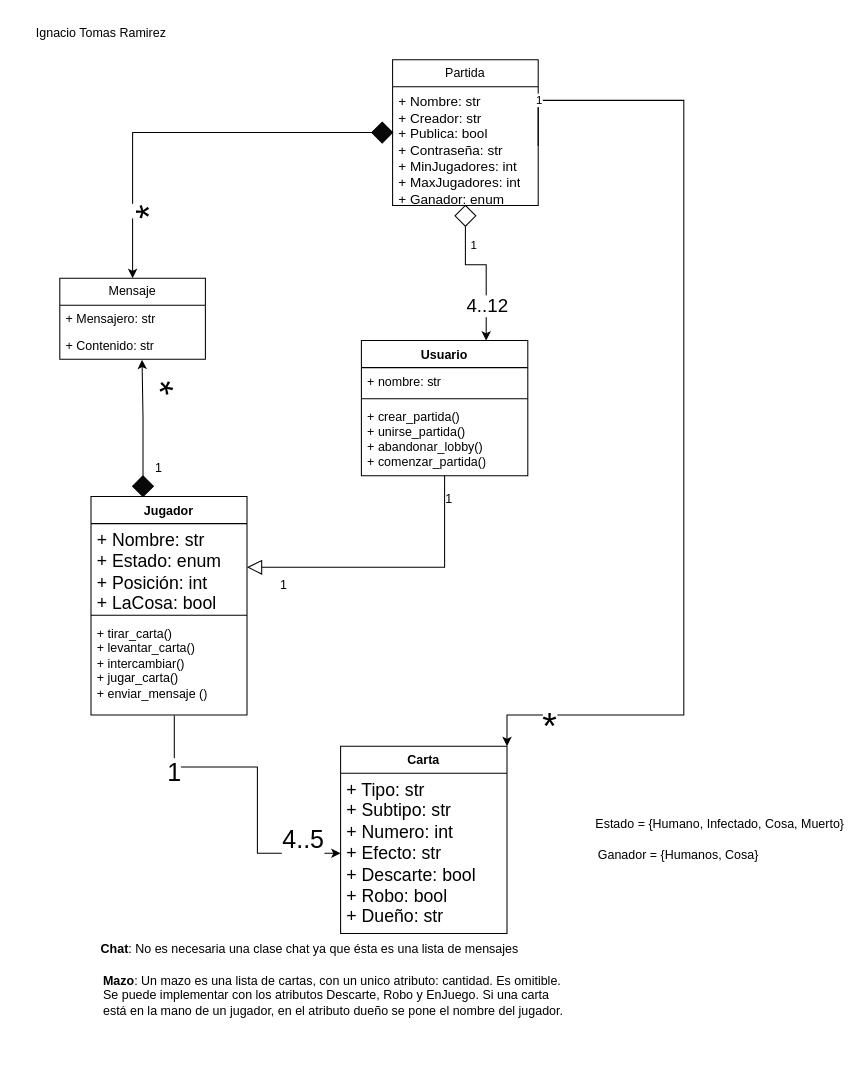
This is take-home/diagrama_clases.drawio from irmrz/ingenieria-software-1, a draw.io file, before an edit. Source tidied: cells renumbered, new cells numbered last; positions are measured from the earlier drawing's top-left corner, leaving out a move shared by most shapes. Both pictures are drawn from the tidied source at 104%, with x=0, y=0 at pixel (18, 18).
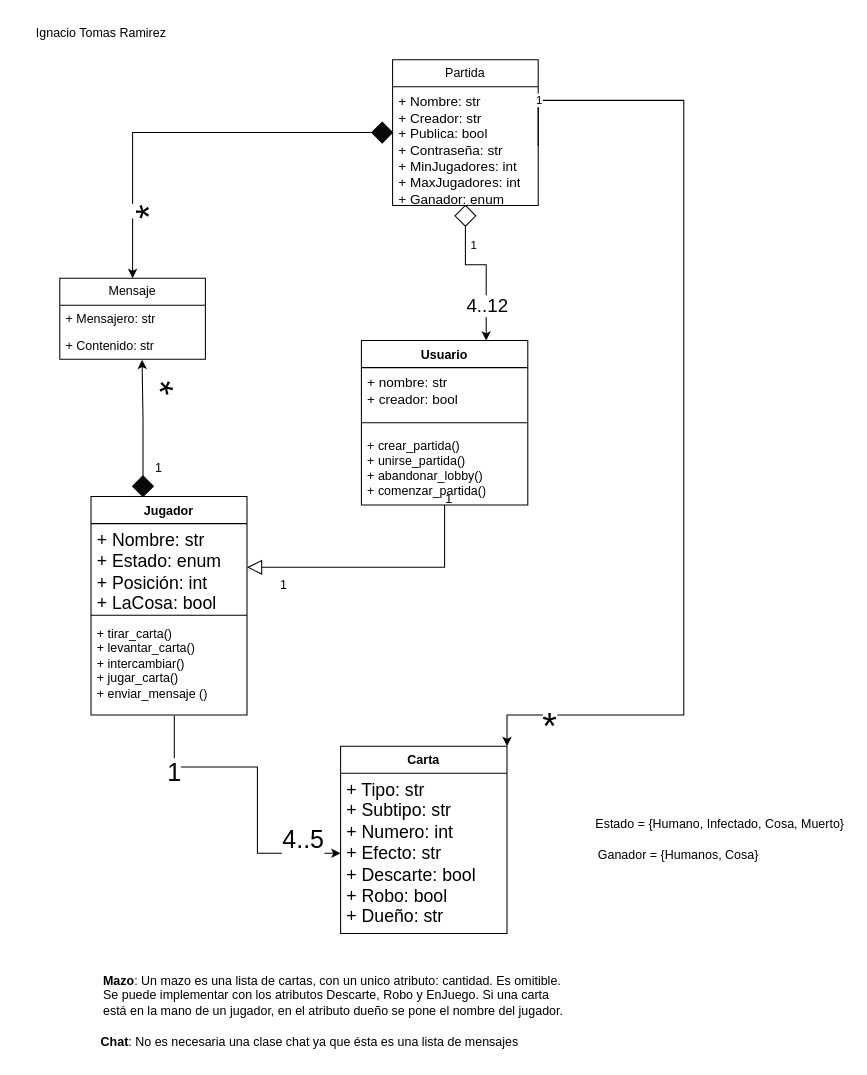
The same diagram, later.

What changed in the source:
```diff
@@
     <mxCell id="24" value="&lt;b&gt;Chat&lt;/b&gt;: No es necesaria una clase chat ya que ésta es una lista de mensajes" style="text;html=1;align=center;verticalAlign=middle;strokeColor=none;fillColor=none;" parent="1" vertex="1">
-      <mxGeometry x="70" y="880" width="420" height="30" as="geometry" />
+      <mxGeometry x="70" y="970" width="420" height="30" as="geometry" />
     </mxCell>
@@
     <mxCell id="34" value="Usuario" style="swimlane;fontStyle=1;align=center;verticalAlign=top;horizontal=1;startSize=26;whiteSpace=wrap;html=1;" parent="1" vertex="1">
-      <mxGeometry x="330" y="310" width="160" height="130" as="geometry" />
+      <mxGeometry x="330" y="310" width="160" height="158" as="geometry" />
     </mxCell>
-    <mxCell id="35" value="+ nombre: str" style="text;strokeColor=none;fillColor=none;align=left;verticalAlign=top;spacingLeft=4;spacingRight=4;overflow=hidden;whiteSpace=wrap;html=1;" parent="34" vertex="1">
-      <mxGeometry y="26" width="160" height="26" as="geometry" />
+    <mxCell id="35" value="&lt;div style=&quot;font-size: 13px;&quot;&gt;&lt;font style=&quot;font-size: 13px;&quot;&gt;+ nombre: str&lt;/font&gt;&lt;/div&gt;&lt;div style=&quot;font-size: 13px;&quot;&gt;&lt;font style=&quot;font-size: 13px;&quot;&gt;+ creador: bool&lt;br&gt;&lt;/font&gt;&lt;/div&gt;" style="text;strokeColor=none;fillColor=none;align=left;verticalAlign=top;spacingLeft=4;spacingRight=4;overflow=hidden;whiteSpace=wrap;html=1;" parent="34" vertex="1">
+      <mxGeometry y="26" width="160" height="44" as="geometry" />
     </mxCell>
     <mxCell id="36" style="line;strokeWidth=1;fillColor=none;align=left;verticalAlign=middle;spacingTop=-1;spacingLeft=3;spacingRight=3;labelPosition=right;strokeColor=inherit;" parent="34" vertex="1">
-      <mxGeometry y="52" width="160" height="8" as="geometry" />
+      <mxGeometry y="70" width="160" height="18" as="geometry" />
     </mxCell>
     <mxCell id="37" value="&lt;div&gt;+ crear_partida()&lt;/div&gt;&lt;div&gt;+ unirse_partida()&lt;/div&gt;&lt;div&gt;+ abandonar_lobby()&lt;/div&gt;&lt;div&gt;+ comenzar_partida()&lt;br&gt;&lt;/div&gt;" style="text;strokeColor=none;fillColor=none;align=left;verticalAlign=top;spacingLeft=4;spacingRight=4;overflow=hidden;whiteSpace=wrap;html=1;" parent="34" vertex="1">
-      <mxGeometry y="60" width="160" height="70" as="geometry" />
+      <mxGeometry y="88" width="160" height="70" as="geometry" />
     </mxCell>
```
